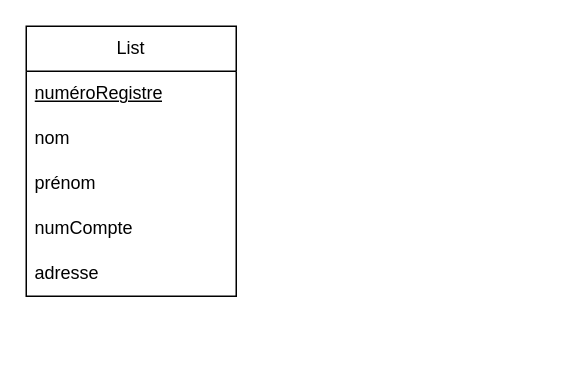
arnaud07/sch-ma keeps this draw.io diagram as Diagramme sans nom.drawio. Above is the earlier version. Source tidied: cells renumbered, new cells numbered last; positions are measured from the earlier drawing's top-left corner, leaving out a move shared by most shapes. Both pictures are drawn from the tidied source at 150%, with x=0, y=0 at pixel (26, 26).
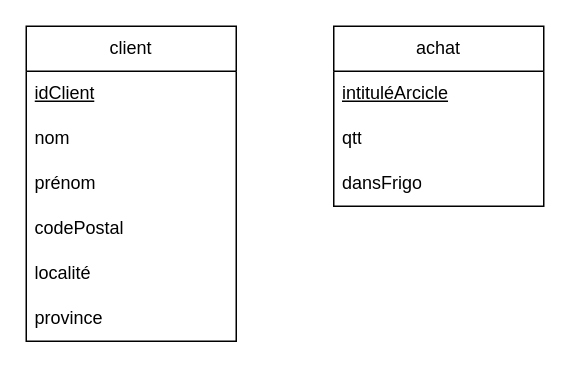
The same diagram, later.

Commit message:
Mettre à jour Diagramme sans nom.drawio

Change to the diagram source:
```diff
@@
 <mxGraphModel>
   <root>
     <mxCell id="0" />
     <mxCell id="1" parent="0" />
-    <mxCell id="2" value="List" style="swimlane;fontStyle=0;horizontal=1;startSize=30;whiteSpace=wrap;html=1;" parent="1" vertex="1">
-      <mxGeometry width="140" height="180" as="geometry" />
+    <mxCell id="2" value="&lt;div&gt;client&lt;/div&gt;" style="swimlane;fontStyle=0;horizontal=1;startSize=30;whiteSpace=wrap;html=1;" parent="1" vertex="1">
+      <mxGeometry width="140" height="210" as="geometry" />
     </mxCell>
-    <mxCell id="3" value="&lt;u&gt;numéroRegistre&lt;br&gt;&lt;/u&gt;" style="text;strokeColor=none;fillColor=none;align=left;verticalAlign=middle;spacingLeft=4;spacingRight=4;overflow=hidden;whiteSpace=wrap;html=1;" parent="2" vertex="1">
+    <mxCell id="3" value="&lt;div&gt;&lt;u&gt;idClient&lt;/u&gt;&lt;/div&gt;" style="text;strokeColor=none;fillColor=none;align=left;verticalAlign=middle;spacingLeft=4;spacingRight=4;overflow=hidden;whiteSpace=wrap;html=1;" parent="2" vertex="1">
       <mxGeometry y="30" width="140" height="30" as="geometry" />
     </mxCell>
     <mxCell id="4" value="&lt;div&gt;nom&lt;span style=&quot;white-space: pre;&quot;&gt;&#9;&lt;/span&gt;&lt;/div&gt;" style="text;strokeColor=none;fillColor=none;align=left;verticalAlign=middle;spacingLeft=4;spacingRight=4;overflow=hidden;whiteSpace=wrap;html=1;" parent="2" vertex="1">
       <mxGeometry y="60" width="140" height="30" as="geometry" />
     </mxCell>
     <mxCell id="5" value="prénom" style="text;strokeColor=none;fillColor=none;align=left;verticalAlign=middle;spacingLeft=4;spacingRight=4;overflow=hidden;whiteSpace=wrap;html=1;" parent="2" vertex="1">
       <mxGeometry y="90" width="140" height="30" as="geometry" />
     </mxCell>
-    <mxCell id="6" value="numCompte" style="text;strokeColor=none;fillColor=none;align=left;verticalAlign=middle;spacingLeft=4;spacingRight=4;overflow=hidden;whiteSpace=wrap;html=1;" parent="2" vertex="1">
-      <mxGeometry y="120" width="140" height="30" as="geometry" />
-    </mxCell>
-    <mxCell id="7" value="&lt;div&gt;adresse&lt;/div&gt;" style="text;strokeColor=none;fillColor=none;align=left;verticalAlign=middle;spacingLeft=4;spacingRight=4;overflow=hidden;whiteSpace=wrap;html=1;" parent="2" vertex="1">
-      <mxGeometry y="150" width="140" height="30" as="geometry" />
+    <mxCell id="7" value="codePostal" style="text;strokeColor=none;fillColor=none;align=left;verticalAlign=middle;spacingLeft=4;spacingRight=4;overflow=hidden;whiteSpace=wrap;html=1;" parent="2" vertex="1">
+      <mxGeometry y="120" width="140" height="30" as="geometry" />
     </mxCell>
+    <mxCell id="8" value="&lt;div&gt;localité&lt;/div&gt;" style="text;strokeColor=none;fillColor=none;align=left;verticalAlign=middle;spacingLeft=4;spacingRight=4;overflow=hidden;whiteSpace=wrap;html=1;" parent="2" vertex="1">
+      <mxGeometry y="150" width="140" height="30" as="geometry" />
+    </mxCell>
+    <mxCell id="9" value="&lt;div&gt;province&lt;/div&gt;" style="text;strokeColor=none;fillColor=none;align=left;verticalAlign=middle;spacingLeft=4;spacingRight=4;overflow=hidden;whiteSpace=wrap;html=1;" parent="2" vertex="1">
+      <mxGeometry y="180" width="140" height="30" as="geometry" />
+    </mxCell>
+    <mxCell id="10" value="&lt;div&gt;achat&lt;/div&gt;" style="swimlane;fontStyle=0;horizontal=1;startSize=30;whiteSpace=wrap;html=1;" parent="1" vertex="1">
+      <mxGeometry x="205" width="140" height="120" as="geometry" />
+    </mxCell>
+    <mxCell id="11" value="&lt;div&gt;&lt;u&gt;intituléArcicle&lt;/u&gt;&lt;/div&gt;" style="text;strokeColor=none;fillColor=none;align=left;verticalAlign=middle;spacingLeft=4;spacingRight=4;overflow=hidden;whiteSpace=wrap;html=1;" parent="10" vertex="1">
+      <mxGeometry y="30" width="140" height="30" as="geometry" />
+    </mxCell>
+    <mxCell id="12" value="&lt;div&gt;qtt&lt;/div&gt;" style="text;strokeColor=none;fillColor=none;align=left;verticalAlign=middle;spacingLeft=4;spacingRight=4;overflow=hidden;whiteSpace=wrap;html=1;" parent="10" vertex="1">
+      <mxGeometry y="60" width="140" height="30" as="geometry" />
+    </mxCell>
+    <mxCell id="13" value="&lt;div&gt;dansFrigo&lt;/div&gt;" style="text;strokeColor=none;fillColor=none;align=left;verticalAlign=middle;spacingLeft=4;spacingRight=4;overflow=hidden;whiteSpace=wrap;html=1;" parent="10" vertex="1">
+      <mxGeometry y="90" width="140" height="30" as="geometry" />
+    </mxCell>
   </root>
 </mxGraphModel>
```
